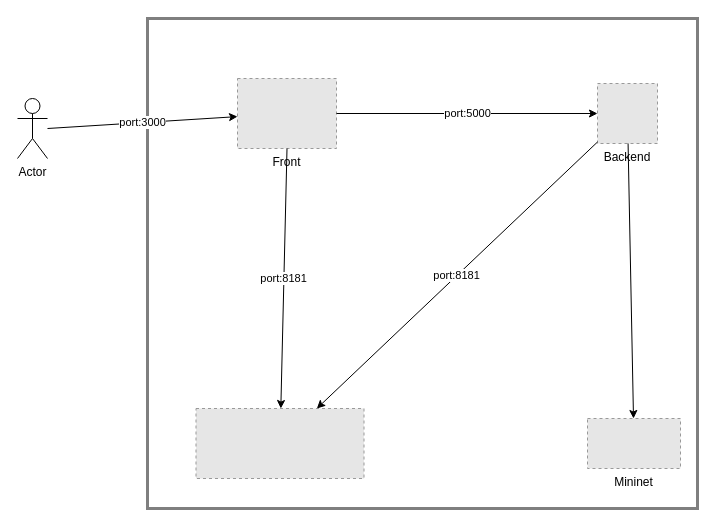
Before: SDN.drawio in YannisLamp/network-management, a draw.io diagram. Source tidied: cells renumbered, new cells numbered last; positions are measured from the earlier drawing's top-left corner, leaving out a move shared by most shapes. Both pictures are drawn from the tidied source at 100%, with x=0, y=0 at pixel (17, 18). Pictures stored in the file or linked from it are replaced by grey dashed boxes.
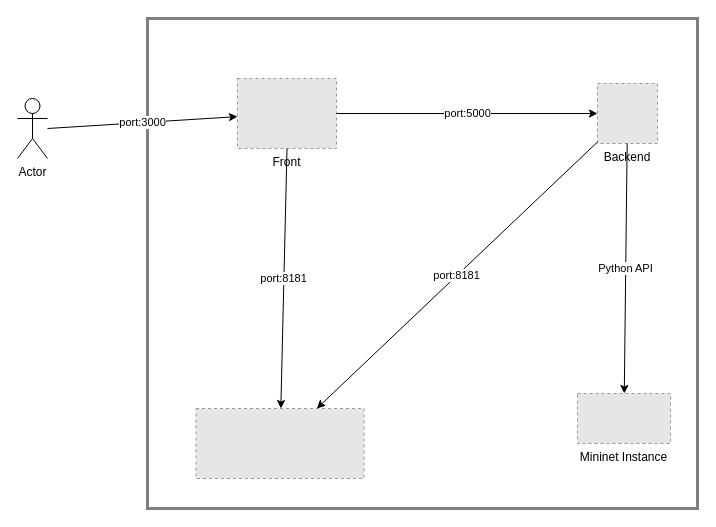
After the change.

Diff of the diagram source:
```diff
@@
 <mxGraphModel>
   <root>
     <mxCell id="0" />
     <mxCell id="1" parent="0" />
     <mxCell id="2" style="edgeStyle=orthogonalEdgeStyle;rounded=0;orthogonalLoop=1;jettySize=auto;html=1;" parent="1" edge="1">
       <mxGeometry relative="1" as="geometry">
         <mxPoint x="15" y="60" as="sourcePoint" />
         <mxPoint x="15" y="60" as="targetPoint" />
       </mxGeometry>
     </mxCell>
     <mxCell id="3" value="Actor" style="shape=umlActor;verticalLabelPosition=bottom;labelBackgroundColor=#ffffff;verticalAlign=top;html=1;" parent="1" vertex="1">
       <mxGeometry y="80" width="30" height="60" as="geometry" />
     </mxCell>
     <mxCell id="4" style="rounded=0;whiteSpace=wrap;html=1;shadow=0;strokeWidth=3;fillColor=none;opacity=50;" parent="1" vertex="1">
       <mxGeometry x="130" width="550" height="490" as="geometry" />
     </mxCell>
     <mxCell id="5" value="Front" style="fillColor=#E6E6E6;strokeColor=#999999;dashed=1;verticalLabelPosition=bottom;labelBackgroundColor=#ffffff;verticalAlign=top;" parent="1" vertex="1">
       <mxGeometry x="220" y="60" width="99" height="70" as="geometry" />
     </mxCell>
-    <mxCell id="6" value="Mininet" style="fillColor=#E6E6E6;strokeColor=#999999;dashed=1;verticalLabelPosition=bottom;labelBackgroundColor=#ffffff;verticalAlign=top;" parent="1" vertex="1">
-      <mxGeometry x="570" y="400" width="93" height="50" as="geometry" />
+    <mxCell id="6" value="Mininet Instance" style="fillColor=#E6E6E6;strokeColor=#999999;dashed=1;verticalLabelPosition=bottom;labelBackgroundColor=#ffffff;verticalAlign=top;" parent="1" vertex="1">
+      <mxGeometry x="560" y="375" width="93" height="50" as="geometry" />
     </mxCell>
     <mxCell id="7" value="Backend" style="fillColor=#E6E6E6;strokeColor=#999999;dashed=1;verticalLabelPosition=bottom;labelBackgroundColor=#ffffff;verticalAlign=top;" parent="1" vertex="1">
       <mxGeometry x="580" y="65" width="60" height="60" as="geometry" />
     </mxCell>
     <mxCell id="8" style="fillColor=#E6E6E6;strokeColor=#999999;dashed=1;verticalLabelPosition=bottom;labelBackgroundColor=#ffffff;verticalAlign=top;" parent="1" vertex="1">
       <mxGeometry x="178.5" y="390" width="168" height="70" as="geometry" />
     </mxCell>
     <mxCell id="9" value="port:3000" style="endArrow=classic;html=1;" parent="1" edge="1" target="5">
       <mxGeometry relative="1" as="geometry">
         <mxPoint x="30" y="110" as="sourcePoint" />
       </mxGeometry>
     </mxCell>
     <mxCell id="10" value="port:5000" style="endArrow=classic;html=1;" parent="1" edge="1" source="5" target="7">
       <mxGeometry relative="1" as="geometry" />
     </mxCell>
     <mxCell id="11" value="port:8181" style="endArrow=classic;html=1;exitX=0.5;exitY=1;exitDx=0;exitDy=0;" parent="1" edge="1" source="5" target="8">
       <mxGeometry relative="1" as="geometry" />
     </mxCell>
     <mxCell id="12" value="port:8181" style="endArrow=classic;html=1;" parent="1" edge="1" source="7" target="8">
       <mxGeometry relative="1" as="geometry" />
     </mxCell>
-    <mxCell id="13" style="endArrow=classic;html=1;" parent="1" edge="1" source="7" target="6">
+    <mxCell id="13" value="Python API" style="endArrow=classic;html=1;" parent="1" edge="1" source="7" target="6">
       <mxGeometry relative="1" as="geometry" />
     </mxCell>
   </root>
 </mxGraphModel>
```
